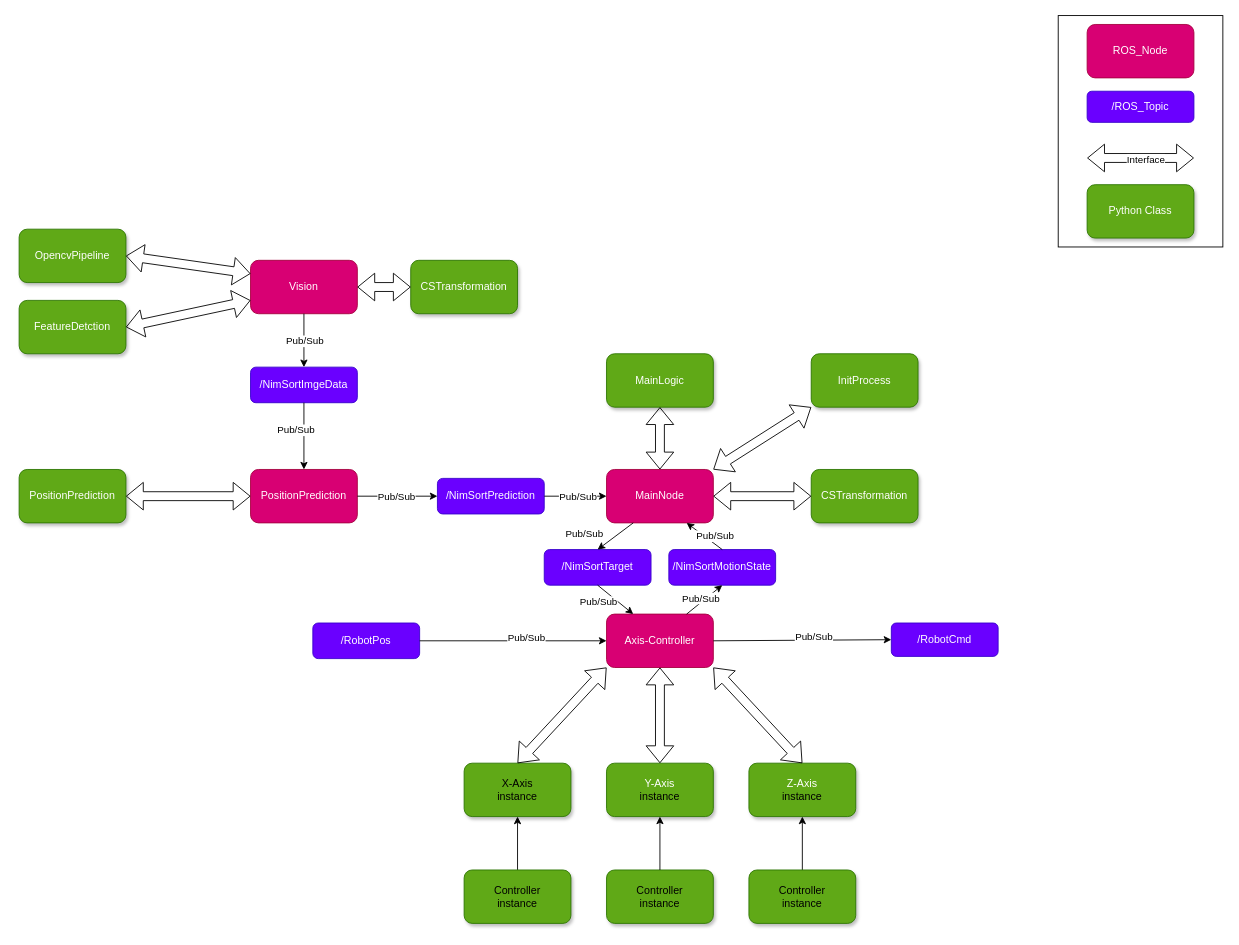
Before: page "Page-1" (1 of 4) of misc/arch.drawio in derlole/NimSort42, a draw.io diagram. Source tidied: cells renumbered, new cells numbered last; positions are measured from the earlier drawing's top-left corner, leaving out a move shared by most shapes. Both pictures are drawn from the tidied source at 89%, with x=0, y=0 at pixel (19, 15).
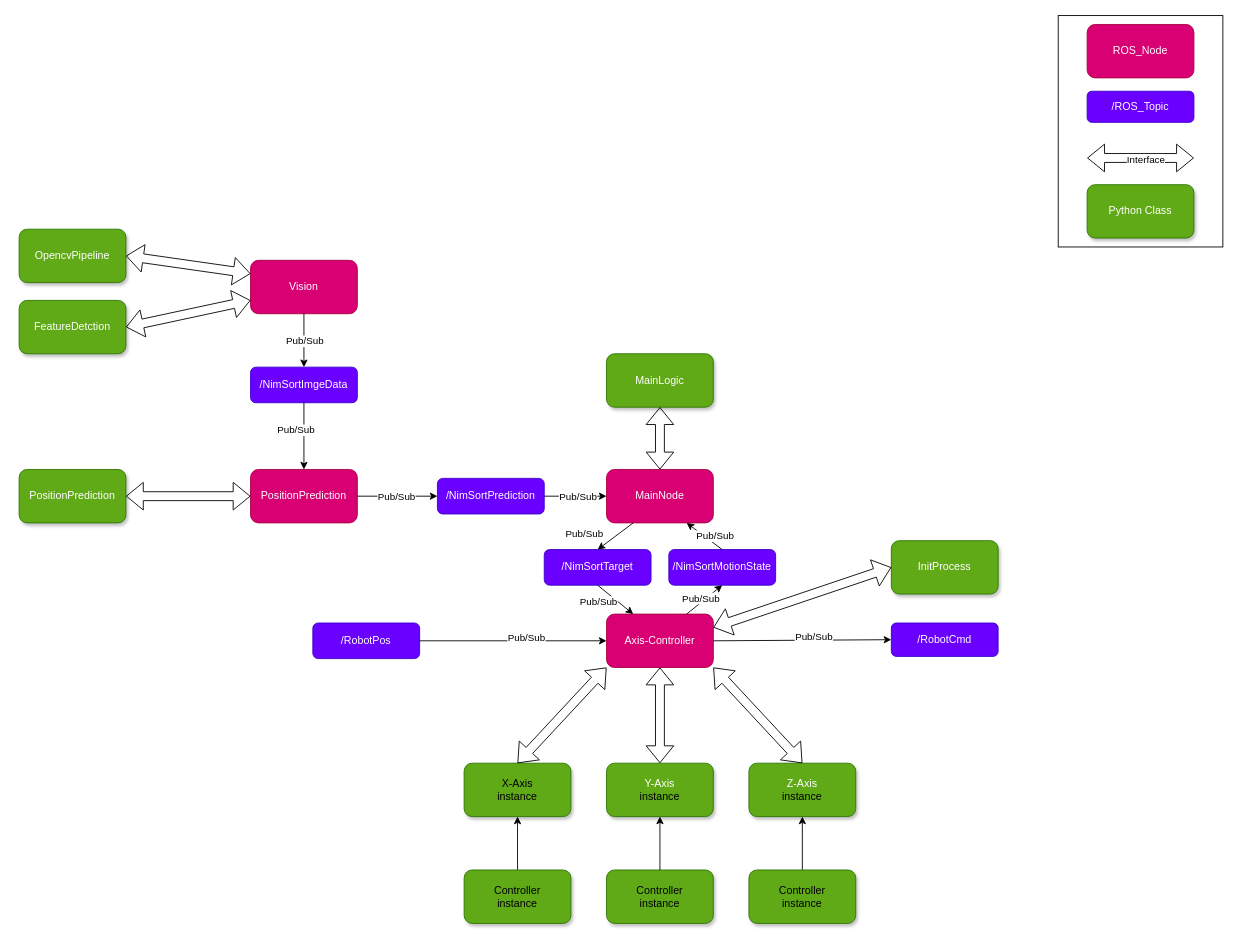
The same page after the edit.

The change refers to these unchanged cells:
```xml
<mxCell id="9" value="Axis-Controller" style="rounded=1;whiteSpace=wrap;html=1;fillColor=#d80073;shadow=0;strokeColor=#A50040;fontColor=#ffffff;" parent="1" vertex="1">
  <mxGeometry x="660" y="672.5" width="120" height="60" as="geometry" />
</mxCell>
<mxCell id="13" value="MainNode" style="rounded=1;whiteSpace=wrap;html=1;fillColor=#d80073;shadow=0;strokeColor=#A50040;fontColor=#ffffff;" parent="1" vertex="1">
  <mxGeometry x="660" y="510" width="120" height="60" as="geometry" />
</mxCell>
<mxCell id="31" value="Vision" style="rounded=1;whiteSpace=wrap;html=1;fillColor=#d80073;shadow=0;strokeColor=#A50040;fontColor=#ffffff;" parent="1" vertex="1">
  <mxGeometry x="260" y="275" width="120" height="60" as="geometry" />
</mxCell>
```

What changed in the source:
```diff
@@
     <mxCell id="49" value="InitProcess" style="rounded=1;whiteSpace=wrap;html=1;shadow=1;fillColor=#60a917;fontColor=#ffffff;strokeColor=#2D7600;" parent="1" vertex="1">
-      <mxGeometry x="890" y="380" width="120" height="60" as="geometry" />
+      <mxGeometry x="980" y="590" width="120" height="60" as="geometry" />
     </mxCell>
-    <mxCell id="50" style="shape=flexArrow;endArrow=classic;startArrow=classic;html=1;entryX=1;entryY=0;entryDx=0;entryDy=0;exitX=0;exitY=1;exitDx=0;exitDy=0;" parent="1" edge="1" source="49" target="13">
+    <mxCell id="50" style="shape=flexArrow;endArrow=classic;startArrow=classic;html=1;entryX=1;entryY=0.25;entryDx=0;entryDy=0;exitX=0;exitY=0.5;exitDx=0;exitDy=0;" parent="1" edge="1" source="49" target="9">
       <mxGeometry relative="1" as="geometry" />
     </mxCell>
-    <mxCell id="51" value="CSTransformation" style="rounded=1;whiteSpace=wrap;html=1;shadow=1;fillColor=#60a917;fontColor=#ffffff;strokeColor=#2D7600;" parent="1" vertex="1">
-      <mxGeometry x="890" y="510" width="120" height="60" as="geometry" />
-    </mxCell>
-    <mxCell id="52" style="shape=flexArrow;endArrow=classic;startArrow=classic;html=1;entryX=0;entryY=0.5;entryDx=0;entryDy=0;exitX=1;exitY=0.5;exitDx=0;exitDy=0;" parent="1" edge="1" source="13" target="51">
-      <mxGeometry relative="1" as="geometry" />
-    </mxCell>
@@
-    <mxCell id="57" value="CSTransformation" style="rounded=1;whiteSpace=wrap;html=1;shadow=1;fillColor=#60a917;fontColor=#ffffff;strokeColor=#2D7600;" parent="1" vertex="1">
-      <mxGeometry x="440" y="275" width="120" height="60" as="geometry" />
-    </mxCell>
-    <mxCell id="58" style="shape=flexArrow;endArrow=classic;startArrow=classic;html=1;entryX=0;entryY=0.5;entryDx=0;entryDy=0;exitX=1;exitY=0.5;exitDx=0;exitDy=0;" parent="1" edge="1" source="31" target="57">
-      <mxGeometry relative="1" as="geometry" />
-    </mxCell>
```
